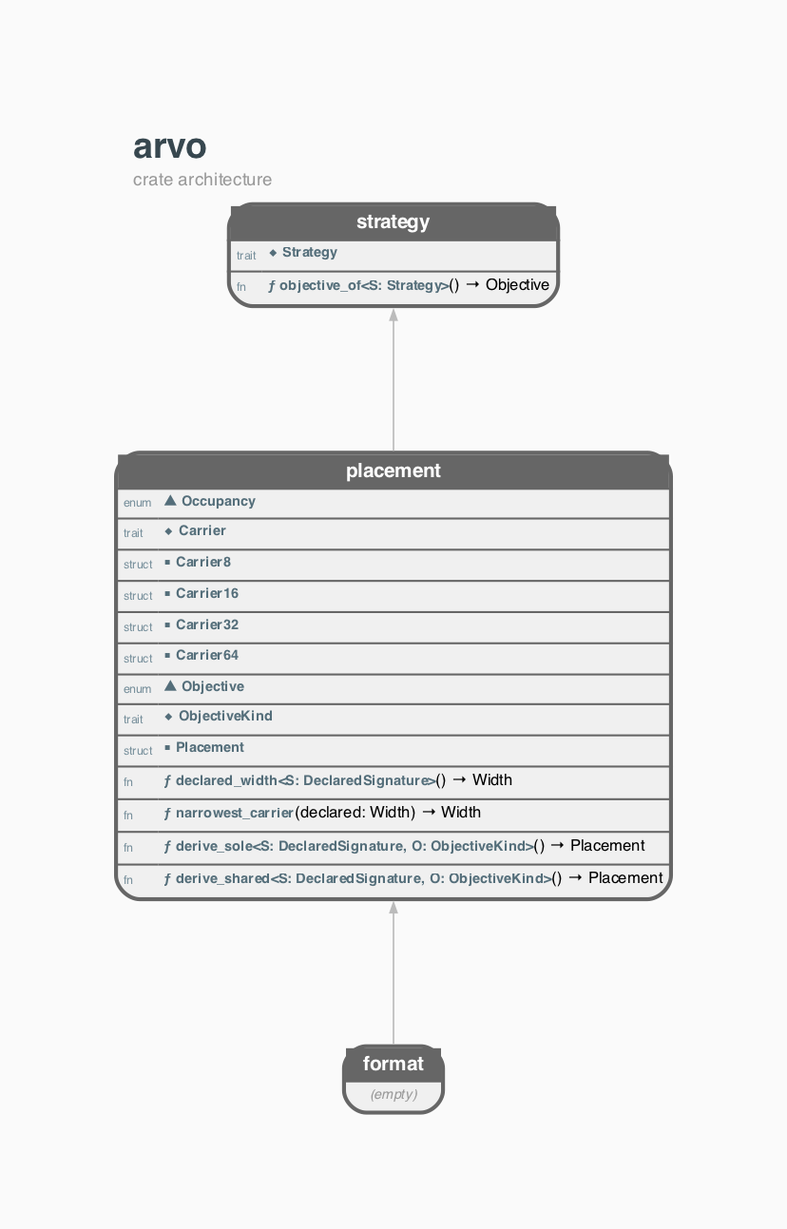
Before: docs/STRUCTURE.GRAPH.png, a diagram exported from Graphviz (orgrinrt/arvo). Its source is kept beside it as docs/STRUCTURE.GRAPH.dot.
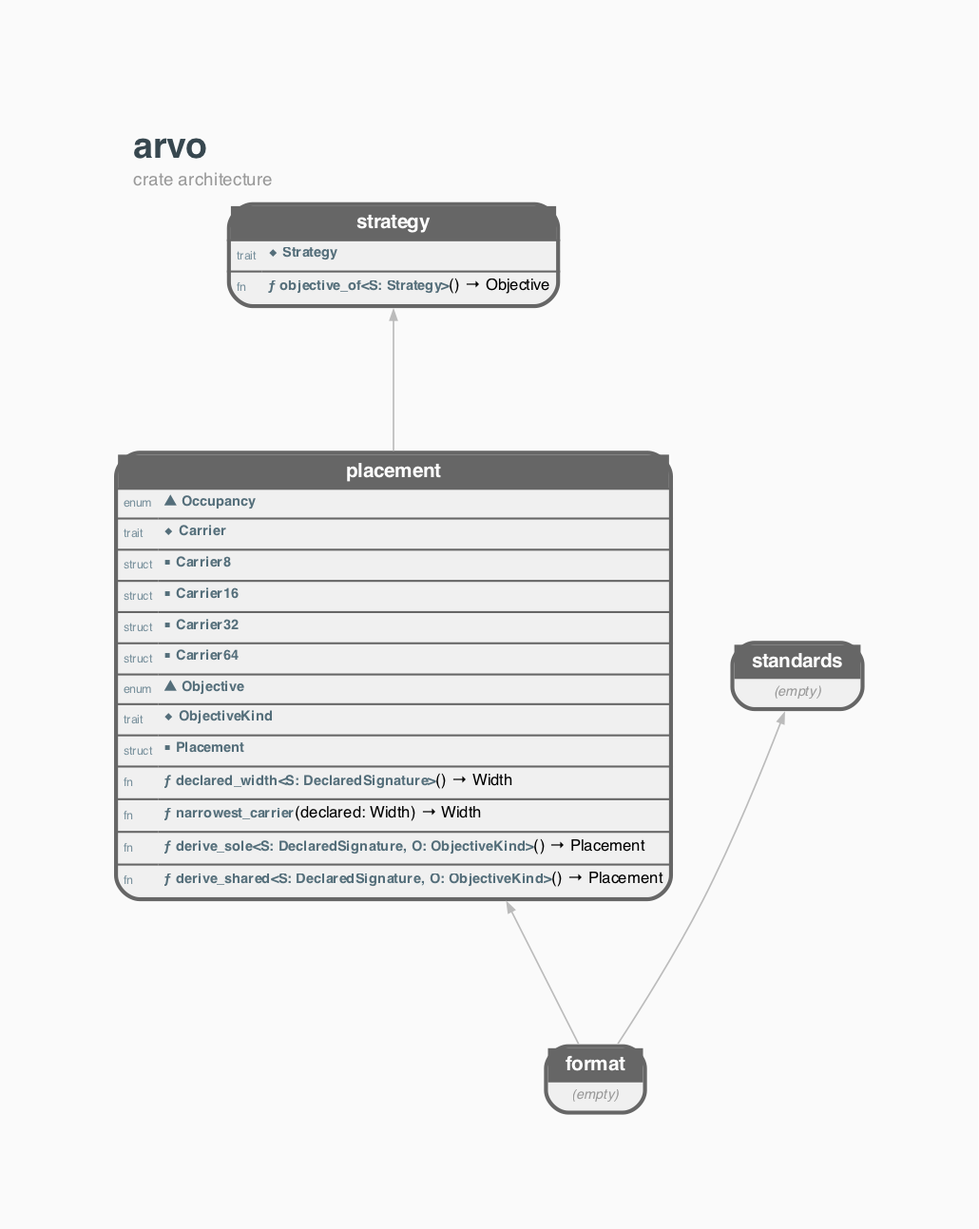
The same diagram one commit later.

Diff of the diagram source:
```diff
@@ -13,14 +13,16 @@
 
     arvo_format [shape=none, margin=0, label=<<TABLE BORDER="2" CELLBORDER="0" CELLSPACING="0" CELLPADDING="3" BGCOLOR="#F0F0F0" COLOR="#666666" STYLE="ROUNDED"><TR><TD COLSPAN="2" BGCOLOR="#666666" ALIGN="CENTER"><FONT COLOR="white" POINT-SIZE="10"><B>  format  </B></FONT></TD></TR><TR><TD COLSPAN="2"><FONT COLOR="#999999" POINT-SIZE="7"><I>(empty)</I></FONT></TD></TR></TABLE>>];
     arvo_placement [shape=none, margin=0, label=<<TABLE BORDER="2" CELLBORDER="0" CELLSPACING="0" CELLPADDING="3" BGCOLOR="#F0F0F0" COLOR="#666666" STYLE="ROUNDED"><TR><TD COLSPAN="2" BGCOLOR="#666666" ALIGN="CENTER"><FONT COLOR="white" POINT-SIZE="10"><B>  placement  </B></FONT></TD></TR><HR/><TR><TD ALIGN="LEFT"><FONT COLOR="#78909C" POINT-SIZE="6">enum</FONT></TD><TD ALIGN="LEFT" PORT="p_Occupancy"><FONT COLOR="#546E7A" POINT-SIZE="7"><B>▲ Occupancy</B></FONT></TD></TR><HR/><TR><TD ALIGN="LEFT"><FONT COLOR="#78909C" POINT-SIZE="6">trait</FONT></TD><TD ALIGN="LEFT" PORT="p_Carrier"><FONT COLOR="#546E7A" POINT-SIZE="7"><B>◆ Carrier</B></FONT></TD></TR><HR/><TR><TD ALIGN="LEFT"><FONT COLOR="#78909C" POINT-SIZE="6">struct</FONT></TD><TD ALIGN="LEFT" PORT="p_Carrier8"><FONT COLOR="#546E7A" POINT-SIZE="7"><B>■ Carrier8</B></FONT></TD></TR><HR/><TR><TD ALIGN="LEFT"><FONT COLOR="#78909C" POINT-SIZE="6">struct</FONT></TD><TD ALIGN="LEFT" PORT="p_Carrier16"><FONT COLOR="#546E7A" POINT-SIZE="7"><B>■ Carrier16</B></FONT></TD></TR><HR/><TR><TD ALIGN="LEFT"><FONT COLOR="#78909C" POINT-SIZE="6">struct</FONT></TD><TD ALIGN="LEFT" PORT="p_Carrier32"><FONT COLOR="#546E7A" POINT-SIZE="7"><B>■ Carrier32</B></FONT></TD></TR><HR/><TR><TD ALIGN="LEFT"><FONT COLOR="#78909C" POINT-SIZE="6">struct</FONT></TD><TD ALIGN="LEFT" PORT="p_Carrier64"><FONT COLOR="#546E7A" POINT-SIZE="7"><B>■ Carrier64</B></FONT></TD></TR><HR/><TR><TD ALIGN="LEFT"><FONT COLOR="#78909C" POINT-SIZE="6">enum</FONT></TD><TD ALIGN="LEFT" PORT="p_Objective"><FONT COLOR="#546E7A" POINT-SIZE="7"><B>▲ Objective</B></FONT></TD></TR><HR/><TR><TD ALIGN="LEFT"><FONT COLOR="#78909C" POINT-SIZE="6">trait</FONT></TD><TD ALIGN="LEFT" PORT="p_ObjectiveKind"><FONT COLOR="#546E7A" POINT-SIZE="7"><B>◆ ObjectiveKind</B></FONT></TD></TR><HR/><TR><TD ALIGN="LEFT"><FONT COLOR="#78909C" POINT-SIZE="6">struct</FONT></TD><TD ALIGN="LEFT" PORT="p_Placement"><FONT COLOR="#546E7A" POINT-SIZE="7"><B>■ Placement</B></FONT></TD></TR><HR/><TR><TD ALIGN="LEFT"><FONT COLOR="#78909C" POINT-SIZE="6">fn</FONT></TD><TD ALIGN="LEFT" PORT="p_declared_width"><FONT COLOR="#546E7A" POINT-SIZE="7"><B>ƒ declared_width&lt;S: DeclaredSignature&gt;</B></FONT>() → Width</TD></TR><HR/><TR><TD ALIGN="LEFT"><FONT COLOR="#78909C" POINT-SIZE="6">fn</FONT></TD><TD ALIGN="LEFT" PORT="p_narrowest_carrier"><FONT COLOR="#546E7A" POINT-SIZE="7"><B>ƒ narrowest_carrier</B></FONT>(declared: Width) → Width</TD></TR><HR/><TR><TD ALIGN="LEFT"><FONT COLOR="#78909C" POINT-SIZE="6">fn</FONT></TD><TD ALIGN="LEFT" PORT="p_derive_sole"><FONT COLOR="#546E7A" POINT-SIZE="7"><B>ƒ derive_sole&lt;S: DeclaredSignature, O: ObjectiveKind&gt;</B></FONT>() → Placement</TD></TR><HR/><TR><TD ALIGN="LEFT"><FONT COLOR="#78909C" POINT-SIZE="6">fn</FONT></TD><TD ALIGN="LEFT" PORT="p_derive_shared"><FONT COLOR="#546E7A" POINT-SIZE="7"><B>ƒ derive_shared&lt;S: DeclaredSignature, O: ObjectiveKind&gt;</B></FONT>() → Placement</TD></TR></TABLE>>];
+    arvo_standards [shape=none, margin=0, label=<<TABLE BORDER="2" CELLBORDER="0" CELLSPACING="0" CELLPADDING="3" BGCOLOR="#F0F0F0" COLOR="#666666" STYLE="ROUNDED"><TR><TD COLSPAN="2" BGCOLOR="#666666" ALIGN="CENTER"><FONT COLOR="white" POINT-SIZE="10"><B>  standards  </B></FONT></TD></TR><TR><TD COLSPAN="2"><FONT COLOR="#999999" POINT-SIZE="7"><I>(empty)</I></FONT></TD></TR></TABLE>>];
     arvo_strategy [shape=none, margin=0, label=<<TABLE BORDER="2" CELLBORDER="0" CELLSPACING="0" CELLPADDING="3" BGCOLOR="#F0F0F0" COLOR="#666666" STYLE="ROUNDED"><TR><TD COLSPAN="2" BGCOLOR="#666666" ALIGN="CENTER"><FONT COLOR="white" POINT-SIZE="10"><B>  strategy  </B></FONT></TD></TR><HR/><TR><TD ALIGN="LEFT"><FONT COLOR="#78909C" POINT-SIZE="6">trait</FONT></TD><TD ALIGN="LEFT" PORT="p_Strategy"><FONT COLOR="#546E7A" POINT-SIZE="7"><B>◆ Strategy</B></FONT></TD></TR><HR/><TR><TD ALIGN="LEFT"><FONT COLOR="#78909C" POINT-SIZE="6">fn</FONT></TD><TD ALIGN="LEFT" PORT="p_objective_of"><FONT COLOR="#546E7A" POINT-SIZE="7"><B>ƒ objective_of&lt;S: Strategy&gt;</B></FONT>() → Objective</TD></TR></TABLE>>];
 
     { rank=same; arvo_format; } // depth 0
-    { rank=same; arvo_placement; } // depth 1
+    { rank=same; arvo_placement; arvo_standards; } // depth 1
     { rank=same; arvo_strategy; } // depth 2
 
 
     arvo_format -> arvo_placement;
+    arvo_format -> arvo_standards;
     arvo_placement -> arvo_strategy;
 
 }
```
